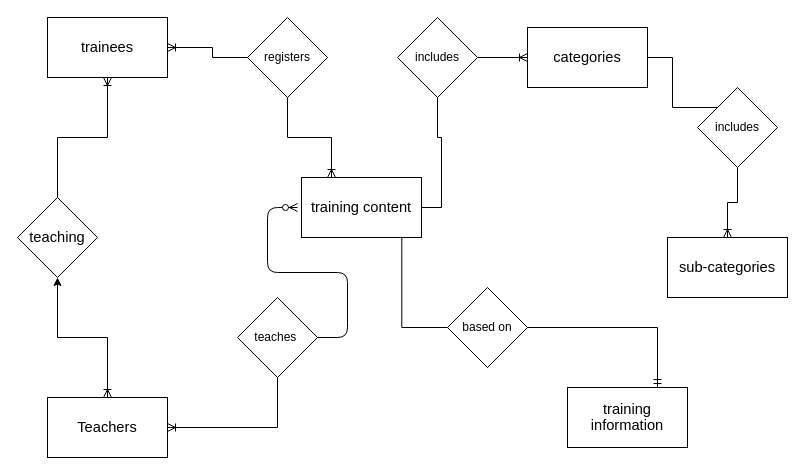
nur1208/test keeps this draw.io diagram as d1/Untitled Diagram.drawio. Above is the earlier version. Source tidied: cells renumbered, new cells numbered last; positions are measured from the earlier drawing's top-left corner, leaving out a move shared by most shapes. Both pictures are drawn from the tidied source at 100%, with x=0, y=0 at pixel (17, 17).
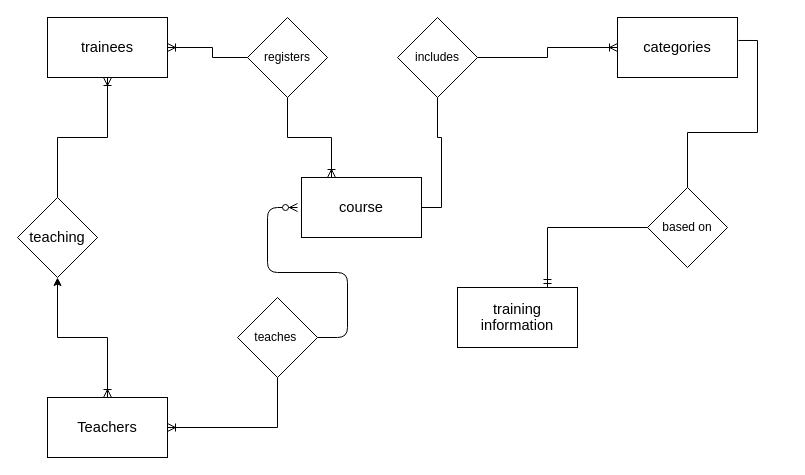
The same page after the edit.

The edit, as a diff of the source:
```diff
@@
-    <mxCell id="5" value="&lt;span style=&quot;font-size: 11pt ; line-height: 107% ; font-family: &amp;#34;calibri&amp;#34; , sans-serif ; background-color: rgb(255 , 255 , 255)&quot;&gt;training content&lt;/span&gt;&lt;span style=&quot;font-size: 11.0pt ; line-height: 107% ; font-family: &amp;#34;calibri&amp;#34; , sans-serif&quot;&gt;&lt;/span&gt;" style="whiteSpace=wrap;html=1;" parent="1" vertex="1">
+    <mxCell id="5" value="&lt;span style=&quot;font-size: 11pt ; line-height: 107% ; font-family: &amp;#34;calibri&amp;#34; , sans-serif ; background-color: rgb(255 , 255 , 255)&quot;&gt;course&lt;/span&gt;&lt;span style=&quot;font-size: 11.0pt ; line-height: 107% ; font-family: &amp;#34;calibri&amp;#34; , sans-serif&quot;&gt;&lt;/span&gt;" style="whiteSpace=wrap;html=1;" parent="1" vertex="1">
       <mxGeometry x="284" y="160" width="120" height="60" as="geometry" />
     </mxCell>
     <mxCell id="6" value="&lt;span style=&quot;font-size: 11pt ; line-height: 107% ; font-family: &amp;#34;calibri&amp;#34; , sans-serif ; background-color: rgb(255 , 255 , 255)&quot;&gt;training information&lt;/span&gt;" style="whiteSpace=wrap;html=1;" parent="1" vertex="1">
-      <mxGeometry x="550" y="370" width="120" height="60" as="geometry" />
+      <mxGeometry x="440" y="270" width="120" height="60" as="geometry" />
     </mxCell>
@@
-    <mxCell id="10" style="edgeStyle=orthogonalEdgeStyle;rounded=0;jettySize=auto;html=1;entryX=1;entryY=0;entryDx=0;entryDy=0;" parent="1" edge="1" source="11" target="14">
-      <mxGeometry relative="1" as="geometry" />
-    </mxCell>
     <mxCell id="11" value="&lt;span style=&quot;font-size: 11.0pt ; line-height: 107% ; font-family: &amp;#34;calibri&amp;#34; , sans-serif&quot;&gt;categories&lt;/span&gt;" style="rounded=0;whiteSpace=wrap;html=1;" parent="1" vertex="1">
-      <mxGeometry x="510" y="10" width="120" height="60" as="geometry" />
+      <mxGeometry x="600" width="120" height="60" as="geometry" />
     </mxCell>
-    <mxCell id="12" value="&lt;span style=&quot;font-size: 11.0pt ; line-height: 107% ; font-family: &amp;#34;calibri&amp;#34; , sans-serif&quot;&gt;sub-categories&lt;/span&gt;" style="whiteSpace=wrap;html=1;" parent="1" vertex="1">
-      <mxGeometry x="650" y="220" width="120" height="60" as="geometry" />
-    </mxCell>
-    <mxCell id="13" style="edgeStyle=orthogonalEdgeStyle;rounded=0;jettySize=auto;html=1;endArrow=ERoneToMany;endFill=0;" parent="1" edge="1" source="14" target="12">
-      <mxGeometry relative="1" as="geometry" />
-    </mxCell>
-    <mxCell id="14" value="includes" style="rhombus;whiteSpace=wrap;html=1;" parent="1" vertex="1">
-      <mxGeometry x="680" y="70" width="80" height="80" as="geometry" />
-    </mxCell>
@@
-    <mxCell id="18" style="edgeStyle=orthogonalEdgeStyle;rounded=0;jettySize=auto;html=1;entryX=0.836;entryY=0.987;entryDx=0;entryDy=0;entryPerimeter=0;endArrow=none;endFill=0;" parent="1" edge="1" source="20" target="5">
+    <mxCell id="18" style="edgeStyle=orthogonalEdgeStyle;rounded=0;jettySize=auto;html=1;entryX=1.008;entryY=0.383;entryDx=0;entryDy=0;endArrow=none;endFill=0;entryPerimeter=0;" parent="1" edge="1" source="20" target="11">
       <mxGeometry relative="1" as="geometry" />
     </mxCell>
@@
     <mxCell id="20" value="based on" style="rhombus;whiteSpace=wrap;html=1;" parent="1" vertex="1">
-      <mxGeometry x="430" y="270" width="80" height="80" as="geometry" />
+      <mxGeometry x="630" y="170" width="80" height="80" as="geometry" />
     </mxCell>
```
